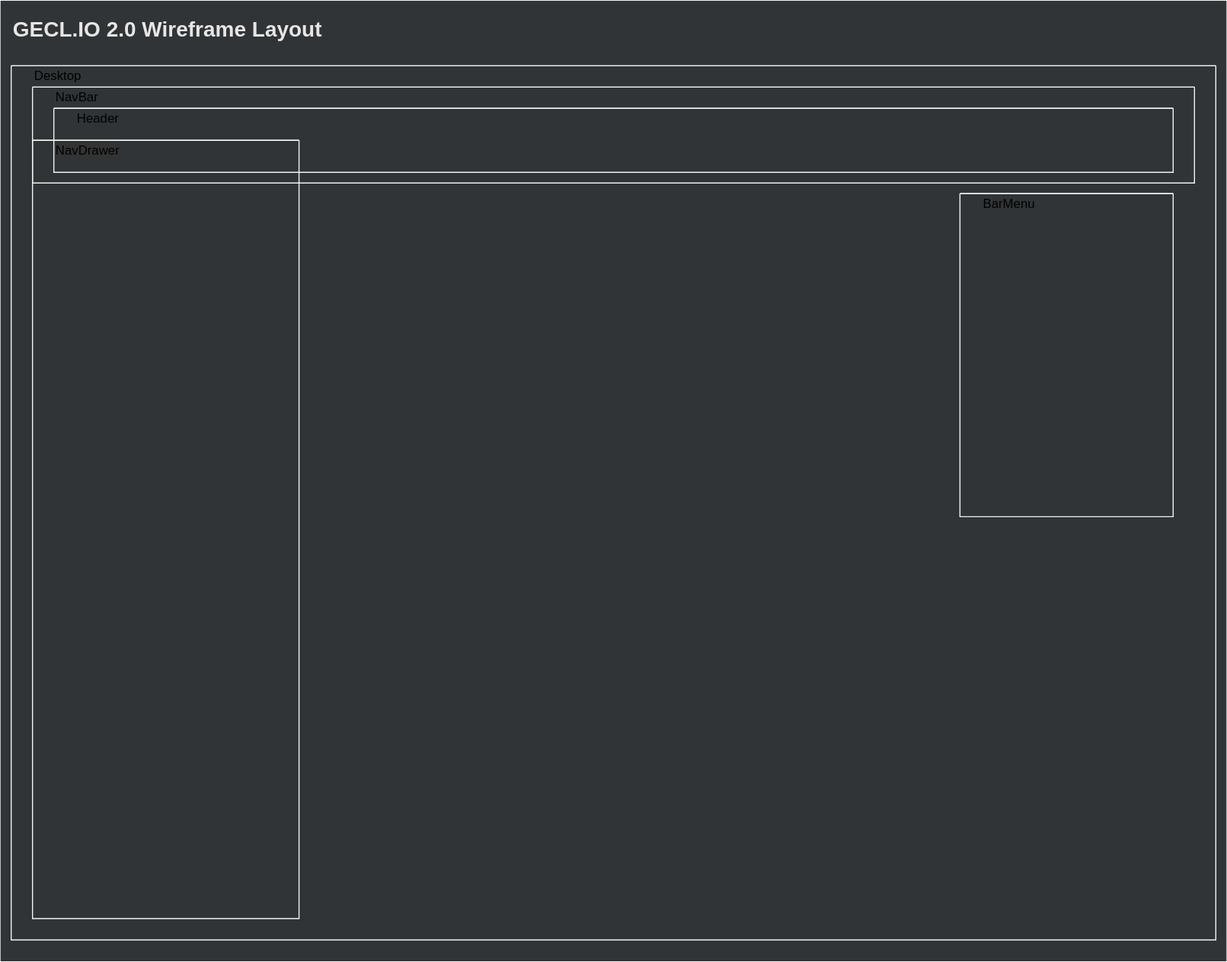
The draw.io diagram assets/.draw.io/documents/geclio2-wireframe-layout.svg in jiholee-ntwglobal/jiholee-ntwglobal.github.io, before a commit. Source tidied: cells renumbered, new cells last; positions are measured from the earlier drawing's top-left corner, leaving out a move shared by most shapes. The source it was exported from:
```xml
<mxGraphModel>
  <root>
    <mxCell id="0" />
    <mxCell id="1" value="Background" parent="0" />
    <mxCell id="2" style="rounded=0;whiteSpace=wrap;html=1;strokeColor=none;fontColor=#F0F0F0;labelBackgroundColor=none;fillColor=#303437;" parent="1" vertex="1">
      <mxGeometry width="1150" height="901" as="geometry" />
    </mxCell>
    <mxCell id="3" value="Foreground" parent="0" />
    <mxCell id="4" value="&lt;b&gt;GECL.IO 2.0 Wireframe Layout&lt;/b&gt;" style="text;html=1;strokeColor=none;fillColor=none;align=left;verticalAlign=middle;whiteSpace=wrap;rounded=0;fontSize=20;fontColor=#E6E6E6;" parent="3" vertex="1">
      <mxGeometry x="10" y="11" width="420" height="30" as="geometry" />
    </mxCell>
    <mxCell id="5" style="swimlane;startSize=0;fillColor=none;strokeColor=#F2F2F2;fontColor=#F2F2F2;" parent="3" vertex="1">
      <mxGeometry x="10" y="61" width="1130" height="820" as="geometry" />
    </mxCell>
    <mxCell id="6" value="Desktop" style="text;html=1;strokeColor=none;fillColor=none;align=left;verticalAlign=middle;whiteSpace=wrap;rounded=0;spacingLeft=20;" parent="5" vertex="1">
      <mxGeometry width="200" height="20" as="geometry" />
    </mxCell>
    <mxCell id="7" style="swimlane;startSize=0;fillColor=none;strokeColor=#F2F2F2;fontColor=#F2F2F2;" parent="5" vertex="1">
      <mxGeometry x="20" y="20" width="1090" height="90" as="geometry" />
    </mxCell>
    <mxCell id="8" value="NavBar" style="text;html=1;strokeColor=none;fillColor=none;align=left;verticalAlign=middle;whiteSpace=wrap;rounded=0;spacingLeft=20;" parent="7" vertex="1">
      <mxGeometry width="200" height="20" as="geometry" />
    </mxCell>
    <mxCell id="9" style="swimlane;startSize=0;fillColor=none;strokeColor=#F2F2F2;fontColor=#F2F2F2;" parent="5" vertex="1">
      <mxGeometry x="890" y="120" width="200" height="303" as="geometry" />
    </mxCell>
    <mxCell id="10" value="BarMenu" style="text;html=1;strokeColor=none;fillColor=none;align=left;verticalAlign=middle;whiteSpace=wrap;rounded=0;spacingLeft=20;" parent="9" vertex="1">
      <mxGeometry width="110" height="20" as="geometry" />
    </mxCell>
    <mxCell id="11" style="swimlane;startSize=0;fillColor=none;strokeColor=#F2F2F2;fontColor=#F2F2F2;" parent="5" vertex="1">
      <mxGeometry x="20" y="70" width="250" height="730" as="geometry" />
    </mxCell>
    <mxCell id="12" value="&lt;span style=&quot;background-color: rgb(51 , 51 , 51)&quot;&gt;NavDrawer&lt;/span&gt;" style="text;html=1;strokeColor=none;fillColor=none;align=left;verticalAlign=middle;whiteSpace=wrap;rounded=0;spacingLeft=20;" parent="11" vertex="1">
      <mxGeometry width="110" height="20" as="geometry" />
    </mxCell>
    <mxCell id="13" style="swimlane;startSize=0;fillColor=none;strokeColor=#F2F2F2;fontColor=#F2F2F2;" parent="3" vertex="1">
      <mxGeometry x="50" y="101" width="1050" height="60" as="geometry" />
    </mxCell>
    <mxCell id="14" value="Header" style="text;html=1;strokeColor=none;fillColor=none;align=left;verticalAlign=middle;whiteSpace=wrap;rounded=0;spacingLeft=20;" parent="13" vertex="1">
      <mxGeometry width="200" height="20" as="geometry" />
    </mxCell>
  </root>
</mxGraphModel>
```
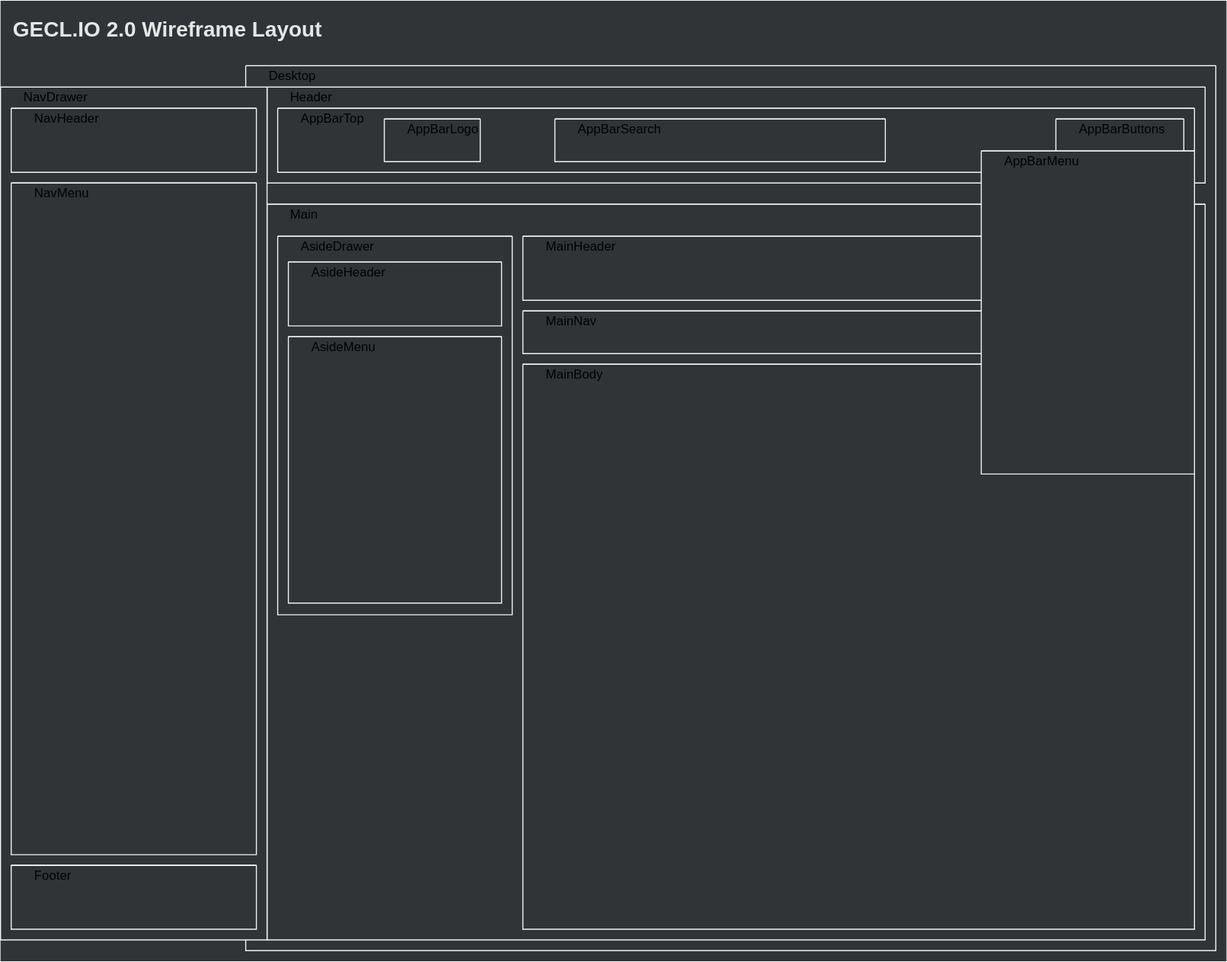
After the commit.

The edit, as a diff of the source:
```diff
@@ -10,34 +10,112 @@
       <mxGeometry x="10" y="11" width="420" height="30" as="geometry" />
     </mxCell>
     <mxCell id="5" style="swimlane;startSize=0;fillColor=none;strokeColor=#F2F2F2;fontColor=#F2F2F2;" parent="3" vertex="1">
-      <mxGeometry x="10" y="61" width="1130" height="820" as="geometry" />
+      <mxGeometry x="230" y="61" width="910" height="830" as="geometry" />
     </mxCell>
-    <mxCell id="6" value="Desktop" style="text;html=1;strokeColor=none;fillColor=none;align=left;verticalAlign=middle;whiteSpace=wrap;rounded=0;spacingLeft=20;" parent="5" vertex="1">
+    <mxCell id="6" value="&lt;span style=&quot;background-color: rgb(48 , 52 , 55)&quot;&gt;Desktop&lt;/span&gt;" style="text;html=1;strokeColor=none;fillColor=none;align=left;verticalAlign=middle;whiteSpace=wrap;rounded=0;spacingLeft=20;" parent="5" vertex="1">
       <mxGeometry width="200" height="20" as="geometry" />
     </mxCell>
     <mxCell id="7" style="swimlane;startSize=0;fillColor=none;strokeColor=#F2F2F2;fontColor=#F2F2F2;" parent="5" vertex="1">
-      <mxGeometry x="20" y="20" width="1090" height="90" as="geometry" />
+      <mxGeometry x="20" y="20" width="880" height="90" as="geometry" />
     </mxCell>
-    <mxCell id="8" value="NavBar" style="text;html=1;strokeColor=none;fillColor=none;align=left;verticalAlign=middle;whiteSpace=wrap;rounded=0;spacingLeft=20;" parent="7" vertex="1">
+    <mxCell id="8" value="&lt;span style=&quot;background-color: rgb(48 , 52 , 55)&quot;&gt;Header&lt;/span&gt;" style="text;html=1;strokeColor=none;fillColor=none;align=left;verticalAlign=middle;whiteSpace=wrap;rounded=0;spacingLeft=20;" parent="7" vertex="1">
       <mxGeometry width="200" height="20" as="geometry" />
     </mxCell>
-    <mxCell id="9" style="swimlane;startSize=0;fillColor=none;strokeColor=#F2F2F2;fontColor=#F2F2F2;" parent="5" vertex="1">
-      <mxGeometry x="890" y="120" width="200" height="303" as="geometry" />
-    </mxCell>
-    <mxCell id="10" value="BarMenu" style="text;html=1;strokeColor=none;fillColor=none;align=left;verticalAlign=middle;whiteSpace=wrap;rounded=0;spacingLeft=20;" parent="9" vertex="1">
-      <mxGeometry width="110" height="20" as="geometry" />
-    </mxCell>
+    <mxCell id="15" style="swimlane;startSize=0;fillColor=none;strokeColor=#F2F2F2;fontColor=#F2F2F2;" parent="7" vertex="1">
+      <mxGeometry x="110" y="30" width="90" height="40" as="geometry" />
+    </mxCell>
+    <mxCell id="16" value="&lt;span style=&quot;background-color: rgb(48 , 52 , 55)&quot;&gt;AppBarLogo&lt;/span&gt;" style="text;html=1;strokeColor=none;fillColor=none;align=left;verticalAlign=middle;whiteSpace=wrap;rounded=0;spacingLeft=20;" parent="15" vertex="1">
+      <mxGeometry width="110" height="20" as="geometry" />
+    </mxCell>
+    <mxCell id="17" style="swimlane;startSize=0;fillColor=none;strokeColor=#F2F2F2;fontColor=#F2F2F2;" parent="5" vertex="1">
+      <mxGeometry x="20" y="130" width="880" height="690" as="geometry" />
+    </mxCell>
+    <mxCell id="18" value="&lt;span style=&quot;background-color: rgb(48 , 52 , 55)&quot;&gt;Main&lt;/span&gt;" style="text;html=1;strokeColor=none;fillColor=none;align=left;verticalAlign=middle;whiteSpace=wrap;rounded=0;spacingLeft=20;" parent="17" vertex="1">
+      <mxGeometry width="110" height="20" as="geometry" />
+    </mxCell>
+    <mxCell id="19" style="swimlane;startSize=0;fillColor=none;strokeColor=#F2F2F2;fontColor=#F2F2F2;" parent="17" vertex="1">
+      <mxGeometry x="240" y="100" width="630" height="40" as="geometry" />
+    </mxCell>
+    <mxCell id="20" value="&lt;span style=&quot;background-color: rgb(48 , 52 , 55)&quot;&gt;MainNav&lt;/span&gt;" style="text;html=1;strokeColor=none;fillColor=none;align=left;verticalAlign=middle;whiteSpace=wrap;rounded=0;spacingLeft=20;" parent="19" vertex="1">
+      <mxGeometry width="200" height="20" as="geometry" />
+    </mxCell>
+    <mxCell id="13" style="swimlane;startSize=0;fillColor=none;strokeColor=#F2F2F2;fontColor=#F2F2F2;" parent="3" vertex="1">
+      <mxGeometry x="260" y="101" width="860" height="60" as="geometry" />
+    </mxCell>
+    <mxCell id="14" value="&lt;span style=&quot;background-color: rgb(48 , 52 , 55)&quot;&gt;AppBarTop&lt;/span&gt;" style="text;html=1;strokeColor=none;fillColor=none;align=left;verticalAlign=middle;whiteSpace=wrap;rounded=0;spacingLeft=20;" parent="13" vertex="1">
+      <mxGeometry width="200" height="20" as="geometry" />
+    </mxCell>
-    <mxCell id="11" style="swimlane;startSize=0;fillColor=none;strokeColor=#F2F2F2;fontColor=#F2F2F2;" parent="5" vertex="1">
-      <mxGeometry x="20" y="70" width="250" height="730" as="geometry" />
+    <mxCell id="11" style="swimlane;startSize=0;strokeColor=#F2F2F2;fontColor=#F2F2F2;fillColor=none;swimlaneFillColor=#303437;" parent="3" vertex="1">
+      <mxGeometry y="81" width="250" height="800" as="geometry" />
     </mxCell>
-    <mxCell id="12" value="&lt;span style=&quot;background-color: rgb(51 , 51 , 51)&quot;&gt;NavDrawer&lt;/span&gt;" style="text;html=1;strokeColor=none;fillColor=none;align=left;verticalAlign=middle;whiteSpace=wrap;rounded=0;spacingLeft=20;" parent="11" vertex="1">
+    <mxCell id="12" value="&lt;span style=&quot;background-color: rgb(48 , 52 , 55)&quot;&gt;NavDrawer&lt;/span&gt;" style="text;html=1;strokeColor=none;fillColor=none;align=left;verticalAlign=middle;whiteSpace=wrap;rounded=0;spacingLeft=20;" parent="11" vertex="1">
       <mxGeometry width="110" height="20" as="geometry" />
     </mxCell>
-    <mxCell id="13" style="swimlane;startSize=0;fillColor=none;strokeColor=#F2F2F2;fontColor=#F2F2F2;" parent="3" vertex="1">
-      <mxGeometry x="50" y="101" width="1050" height="60" as="geometry" />
-    </mxCell>
-    <mxCell id="14" value="Header" style="text;html=1;strokeColor=none;fillColor=none;align=left;verticalAlign=middle;whiteSpace=wrap;rounded=0;spacingLeft=20;" parent="13" vertex="1">
-      <mxGeometry width="200" height="20" as="geometry" />
-    </mxCell>
+    <mxCell id="21" style="swimlane;startSize=0;fillColor=none;strokeColor=#F2F2F2;fontColor=#F2F2F2;" parent="11" vertex="1">
+      <mxGeometry x="10" y="20" width="230" height="60" as="geometry" />
+    </mxCell>
+    <mxCell id="22" value="&lt;span style=&quot;background-color: rgb(48 , 52 , 55)&quot;&gt;NavHeader&lt;/span&gt;" style="text;html=1;strokeColor=none;fillColor=none;align=left;verticalAlign=middle;whiteSpace=wrap;rounded=0;spacingLeft=20;" parent="21" vertex="1">
+      <mxGeometry width="110" height="20" as="geometry" />
+    </mxCell>
+    <mxCell id="23" style="swimlane;startSize=0;fillColor=none;strokeColor=#F2F2F2;fontColor=#F2F2F2;" parent="11" vertex="1">
+      <mxGeometry x="10" y="90" width="230" height="630" as="geometry" />
+    </mxCell>
+    <mxCell id="24" value="&lt;span style=&quot;background-color: rgb(48 , 52 , 55)&quot;&gt;NavMenu&lt;/span&gt;" style="text;html=1;strokeColor=none;fillColor=none;align=left;verticalAlign=middle;whiteSpace=wrap;rounded=0;spacingLeft=20;" parent="23" vertex="1">
+      <mxGeometry width="110" height="20" as="geometry" />
+    </mxCell>
+    <mxCell id="25" style="swimlane;startSize=0;fillColor=none;strokeColor=#F2F2F2;fontColor=#F2F2F2;" parent="11" vertex="1">
+      <mxGeometry x="10" y="730" width="230" height="60" as="geometry" />
+    </mxCell>
+    <mxCell id="26" value="&lt;span style=&quot;background-color: rgb(48 , 52 , 55)&quot;&gt;Footer&lt;/span&gt;" style="text;html=1;strokeColor=none;fillColor=none;align=left;verticalAlign=middle;whiteSpace=wrap;rounded=0;spacingLeft=20;" parent="25" vertex="1">
+      <mxGeometry width="110" height="20" as="geometry" />
+    </mxCell>
+    <mxCell id="27" style="swimlane;startSize=0;fillColor=none;strokeColor=#F2F2F2;fontColor=#F2F2F2;" parent="3" vertex="1">
+      <mxGeometry x="490" y="221" width="630" height="60" as="geometry" />
+    </mxCell>
+    <mxCell id="28" value="&lt;span style=&quot;background-color: rgb(48 , 52 , 55)&quot;&gt;MainHeader&lt;/span&gt;" style="text;html=1;strokeColor=none;fillColor=none;align=left;verticalAlign=middle;whiteSpace=wrap;rounded=0;spacingLeft=20;" parent="27" vertex="1">
+      <mxGeometry width="200" height="20" as="geometry" />
+    </mxCell>
+    <mxCell id="29" style="swimlane;startSize=0;fillColor=none;strokeColor=#F2F2F2;fontColor=#F2F2F2;" parent="3" vertex="1">
+      <mxGeometry x="490" y="341" width="630" height="530" as="geometry" />
+    </mxCell>
+    <mxCell id="30" value="&lt;span style=&quot;background-color: rgb(48 , 52 , 55)&quot;&gt;MainBody&lt;/span&gt;" style="text;html=1;strokeColor=none;fillColor=none;align=left;verticalAlign=middle;whiteSpace=wrap;rounded=0;spacingLeft=20;" parent="29" vertex="1">
+      <mxGeometry width="200" height="20" as="geometry" />
+    </mxCell>
+    <mxCell id="31" style="swimlane;startSize=0;fillColor=none;strokeColor=#F2F2F2;fontColor=#F2F2F2;" parent="3" vertex="1">
+      <mxGeometry x="260" y="221" width="220" height="355" as="geometry" />
+    </mxCell>
+    <mxCell id="32" value="&lt;span style=&quot;background-color: rgb(48 , 52 , 55)&quot;&gt;AsideDrawer&lt;/span&gt;" style="text;html=1;strokeColor=none;fillColor=none;align=left;verticalAlign=middle;whiteSpace=wrap;rounded=0;spacingLeft=20;" parent="31" vertex="1">
+      <mxGeometry width="200" height="20" as="geometry" />
+    </mxCell>
+    <mxCell id="33" style="swimlane;startSize=0;fillColor=none;strokeColor=#F2F2F2;fontColor=#F2F2F2;" parent="3" vertex="1">
+      <mxGeometry x="270" y="245" width="200" height="60" as="geometry" />
+    </mxCell>
+    <mxCell id="34" value="&lt;span style=&quot;background-color: rgb(48 , 52 , 55)&quot;&gt;AsideHeader&lt;/span&gt;" style="text;html=1;strokeColor=none;fillColor=none;align=left;verticalAlign=middle;whiteSpace=wrap;rounded=0;spacingLeft=20;" parent="33" vertex="1">
+      <mxGeometry width="110" height="20" as="geometry" />
+    </mxCell>
+    <mxCell id="35" style="swimlane;startSize=0;fillColor=none;strokeColor=#F2F2F2;fontColor=#F2F2F2;" parent="3" vertex="1">
+      <mxGeometry x="270" y="315" width="200" height="250" as="geometry" />
+    </mxCell>
+    <mxCell id="36" value="&lt;span style=&quot;background-color: rgb(48 , 52 , 55)&quot;&gt;AsideMenu&lt;/span&gt;" style="text;html=1;strokeColor=none;fillColor=none;align=left;verticalAlign=middle;whiteSpace=wrap;rounded=0;spacingLeft=20;" parent="35" vertex="1">
+      <mxGeometry width="110" height="20" as="geometry" />
+    </mxCell>
+    <mxCell id="37" style="swimlane;startSize=0;fillColor=none;strokeColor=#F2F2F2;fontColor=#F2F2F2;" parent="3" vertex="1">
+      <mxGeometry x="990" y="111" width="120" height="40" as="geometry" />
+    </mxCell>
+    <mxCell id="38" value="&lt;span style=&quot;background-color: rgb(48 , 52 , 55)&quot;&gt;AppBarButtons&lt;/span&gt;" style="text;html=1;strokeColor=none;fillColor=none;align=left;verticalAlign=middle;whiteSpace=wrap;rounded=0;spacingLeft=20;" parent="37" vertex="1">
+      <mxGeometry width="110" height="20" as="geometry" />
+    </mxCell>
+    <mxCell id="39" style="swimlane;startSize=0;fillColor=none;strokeColor=#F2F2F2;fontColor=#F2F2F2;" parent="3" vertex="1">
+      <mxGeometry x="520" y="111" width="310" height="40" as="geometry" />
+    </mxCell>
+    <mxCell id="40" value="&lt;span style=&quot;background-color: rgb(48 , 52 , 55)&quot;&gt;AppBarSearch&lt;/span&gt;" style="text;html=1;strokeColor=none;fillColor=none;align=left;verticalAlign=middle;whiteSpace=wrap;rounded=0;spacingLeft=20;" parent="39" vertex="1">
+      <mxGeometry width="110" height="20" as="geometry" />
+    </mxCell>
+    <mxCell id="41" style="swimlane;startSize=0;fillColor=none;strokeColor=#F2F2F2;fontColor=#F2F2F2;swimlaneFillColor=#303437;" parent="3" vertex="1">
+      <mxGeometry x="920" y="141" width="200" height="303" as="geometry" />
+    </mxCell>
+    <mxCell id="42" value="&lt;span style=&quot;background-color: rgb(48 , 52 , 55)&quot;&gt;AppBarMenu&lt;/span&gt;" style="text;html=1;strokeColor=none;fillColor=none;align=left;verticalAlign=middle;whiteSpace=wrap;rounded=0;spacingLeft=20;" parent="41" vertex="1">
+      <mxGeometry width="110" height="20" as="geometry" />
+    </mxCell>
   </root>
 </mxGraphModel>
```
